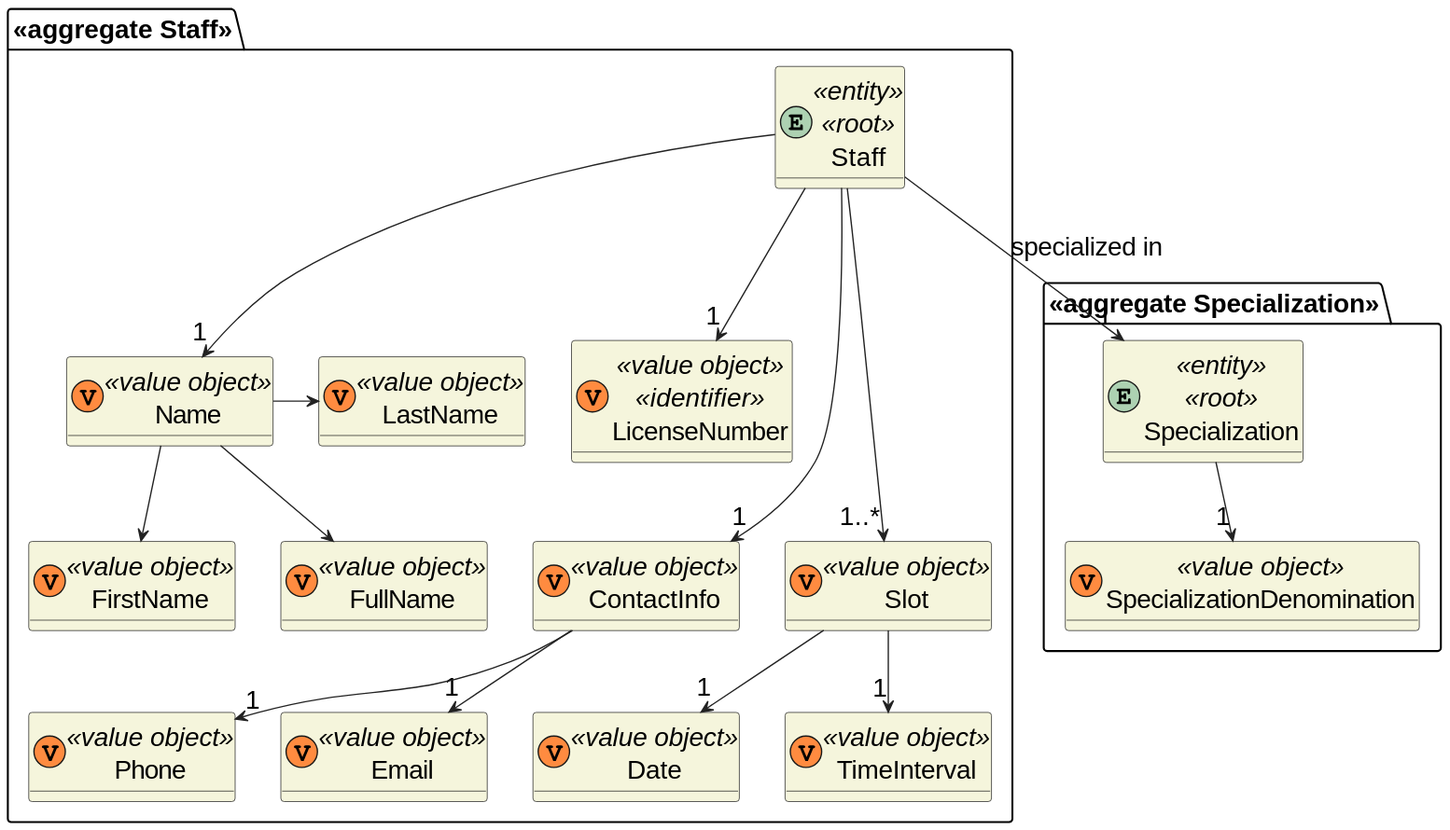
Earlier version of the PlantUML export docs/sprint-1/1220841/us-5.1.12/diagrams/domain-model.svg (rita-barbosa/LAPR5-2425). Its diagram source:
```plantuml
@startuml
skinparamlocked defaultFontSize 20
skinparam classAttributeIconSize 0
hide empty attributes
skinparam classBackgroundColor beige
skinparam ArrowColor #222222



package "<<aggregate Staff>>" {
    entity Staff <<entity>><<root>>{}
    class LicenseNumber <<(V,#FF8B40)value object>> <<identifier>> {}
    class Name <<(V,#FF8B40)value object>> {}
    class FirstName <<(V,#FF8B40)value object>> {}
    class LastName <<(V,#FF8B40)value object>> {}
    class FullName <<(V,#FF8B40)value object>> {}
    class ContactInfo <<(V,#FF8B40)value object>> {}
    class Phone <<(V,#FF8B40)value object>> {}
    class Email <<(V,#FF8B40)value object>> {}
    class Slot <<(V,#FF8B40)value object>> {}
    class Date <<(V,#FF8B40)value object>> {}
    class TimeInterval <<(V,#FF8B40)value object>> {}

}

package "<<aggregate Specialization>>"{
    entity Specialization <<entity>> <<root>> {}
    class SpecializationDenomination <<(V,#FF8B40)value object>>  {}
}



Name --> FirstName
Name -> LastName
Name --> FullName
ContactInfo --> "1" Email
ContactInfo --> "1" Phone
Staff --> "1" Name
Staff ---> "1" ContactInfo
Staff --> "1" LicenseNumber
Staff ---> "1..*" Slot
Staff --> "1" Specialization : specialized in
Specialization --> "1" SpecializationDenomination
Slot --> "1" Date
Slot --> "1" TimeInterval
@enduml
```
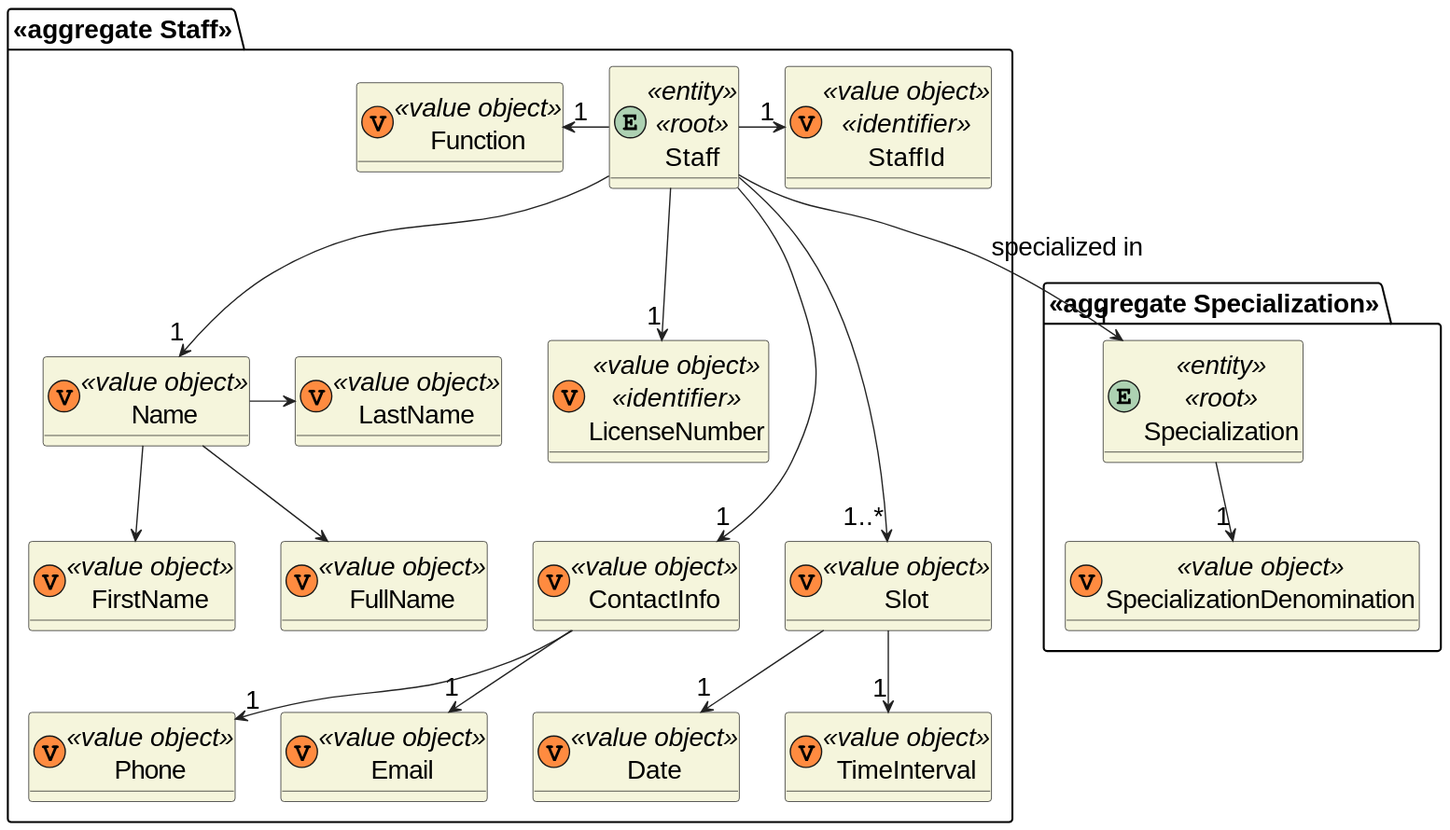
After the change.

Diff of the diagram source:
```diff
@@ -9,8 +9,10 @@
 
 package "<<aggregate Staff>>" {
     entity Staff <<entity>><<root>>{}
+    class StaffId <<(V,#FF8B40)value object>> <<identifier>> {}
     class LicenseNumber <<(V,#FF8B40)value object>> <<identifier>> {}
     class Name <<(V,#FF8B40)value object>> {}
+    class Function <<(V,#FF8B40)value object>> {}
     class FirstName <<(V,#FF8B40)value object>> {}
     class LastName <<(V,#FF8B40)value object>> {}
     class FullName <<(V,#FF8B40)value object>> {}
@@ -36,6 +38,8 @@
 ContactInfo --> "1" Email
 ContactInfo --> "1" Phone
 Staff --> "1" Name
+Staff -> "1" StaffId
+Staff -left-> "1" Function
 Staff ---> "1" ContactInfo
 Staff --> "1" LicenseNumber
 Staff ---> "1..*" Slot
```
